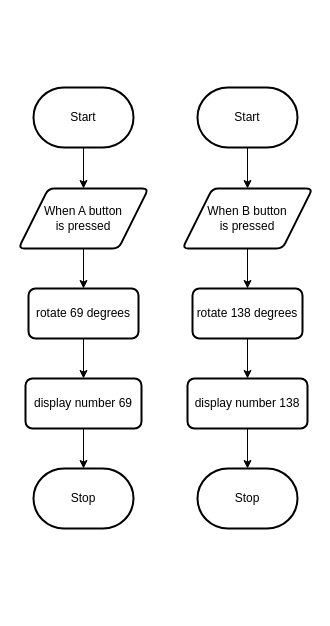
Earlier version of the draw.io diagram design/flowchart.drawio (MTHS-TEJ2O-1-2024/TEJ2O-Unit-5-07B-bain-liao). Source tidied: cells renumbered, new cells numbered last; positions are measured from the earlier drawing's top-left corner, leaving out a move shared by most shapes. Both pictures are drawn from the tidied source at 100%, with x=0, y=0 at pixel (18, 87).
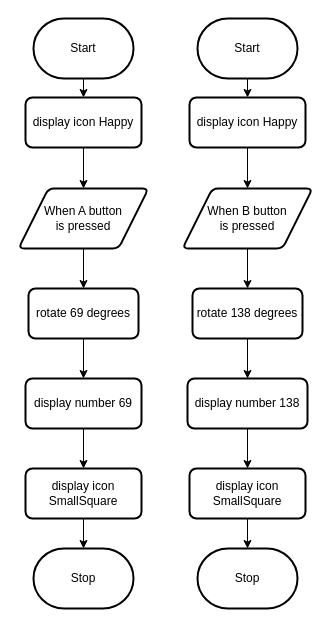
The same page after the edit.

Commit message (it also covers changes not shown here):
added displaying icons to flowchart

Unchanged cells that the change refers to:
```xml
<mxCell id="6" value="When A button&lt;br&gt;is pressed" style="shape=parallelogram;html=1;strokeWidth=2;perimeter=parallelogramPerimeter;whiteSpace=wrap;rounded=1;arcSize=12;size=0.23;" parent="1" vertex="1">
  <mxGeometry y="101" width="130" height="60" as="geometry" />
</mxCell>
<mxCell id="8" value="When B button&lt;br&gt;is pressed" style="shape=parallelogram;html=1;strokeWidth=2;perimeter=parallelogramPerimeter;whiteSpace=wrap;rounded=1;arcSize=12;size=0.23;" parent="1" vertex="1">
  <mxGeometry x="164" y="101" width="130" height="60" as="geometry" />
</mxCell>
<mxCell id="15" value="display number 69" style="rounded=1;whiteSpace=wrap;html=1;absoluteArcSize=1;arcSize=14;strokeWidth=2;" parent="1" vertex="1">
  <mxGeometry x="7" y="291" width="116" height="50" as="geometry" />
</mxCell>
<mxCell id="19" value="display number 138" style="rounded=1;whiteSpace=wrap;html=1;absoluteArcSize=1;arcSize=14;strokeWidth=2;" parent="1" vertex="1">
  <mxGeometry x="169" y="291" width="120" height="50" as="geometry" />
</mxCell>
```

Diff of the diagram source:
```diff
@@
-    <mxCell id="2" style="edgeStyle=none;html=1;exitX=0.5;exitY=1;exitDx=0;exitDy=0;exitPerimeter=0;entryX=0.5;entryY=0;entryDx=0;entryDy=0;" parent="1" edge="1" source="3" target="6">
-      <mxGeometry relative="1" as="geometry" />
+    <mxCell id="2" style="edgeStyle=none;html=1;exitX=0.5;exitY=1;exitDx=0;exitDy=0;exitPerimeter=0;entryX=0.5;entryY=0;entryDx=0;entryDy=0;" parent="1" edge="1" target="6">
+      <mxGeometry relative="1" as="geometry">
+        <mxPoint x="65" y="60" as="sourcePoint" />
+      </mxGeometry>
     </mxCell>
-    <mxCell id="3" value="Start" style="strokeWidth=2;html=1;shape=mxgraph.flowchart.terminator;whiteSpace=wrap;" parent="1" vertex="1">
-      <mxGeometry x="15" width="100" height="60" as="geometry" />
-    </mxCell>
-    <mxCell id="4" value="Stop" style="strokeWidth=2;html=1;shape=mxgraph.flowchart.terminator;whiteSpace=wrap;" parent="1" vertex="1">
-      <mxGeometry x="15" y="381" width="100" height="60" as="geometry" />
-    </mxCell>
@@
-    <mxCell id="9" style="edgeStyle=none;html=1;exitX=0.5;exitY=1;exitDx=0;exitDy=0;exitPerimeter=0;entryX=0.5;entryY=0;entryDx=0;entryDy=0;" parent="1" edge="1" source="10" target="8">
-      <mxGeometry relative="1" as="geometry" />
+    <mxCell id="9" style="edgeStyle=none;html=1;exitX=0.5;exitY=1;exitDx=0;exitDy=0;exitPerimeter=0;entryX=0.5;entryY=0;entryDx=0;entryDy=0;" parent="1" edge="1" target="8">
+      <mxGeometry relative="1" as="geometry">
+        <mxPoint x="229" y="60" as="sourcePoint" />
+      </mxGeometry>
     </mxCell>
-    <mxCell id="10" value="Start" style="strokeWidth=2;html=1;shape=mxgraph.flowchart.terminator;whiteSpace=wrap;" parent="1" vertex="1">
-      <mxGeometry x="179" width="100" height="60" as="geometry" />
-    </mxCell>
-    <mxCell id="11" value="Stop" style="strokeWidth=2;html=1;shape=mxgraph.flowchart.terminator;whiteSpace=wrap;" parent="1" vertex="1">
-      <mxGeometry x="179" y="381" width="100" height="60" as="geometry" />
-    </mxCell>
@@
-    <mxCell id="14" style="edgeStyle=none;html=1;exitX=0.5;exitY=1;exitDx=0;exitDy=0;entryX=0.5;entryY=0;entryDx=0;entryDy=0;entryPerimeter=0;" parent="1" edge="1" source="15" target="4">
+    <mxCell id="14" style="edgeStyle=none;html=1;exitX=0.5;exitY=1;exitDx=0;exitDy=0;entryX=0.5;entryY=0;entryDx=0;entryDy=0;" parent="1" edge="1" source="15" target="21">
       <mxGeometry relative="1" as="geometry" />
     </mxCell>
@@
-    <mxCell id="18" style="edgeStyle=none;html=1;exitX=0.5;exitY=1;exitDx=0;exitDy=0;entryX=0.5;entryY=0;entryDx=0;entryDy=0;entryPerimeter=0;" parent="1" edge="1" source="19" target="11">
+    <mxCell id="18" style="edgeStyle=none;html=1;exitX=0.5;exitY=1;exitDx=0;exitDy=0;entryX=0.5;entryY=0;entryDx=0;entryDy=0;" parent="1" edge="1" source="19" target="23">
       <mxGeometry relative="1" as="geometry" />
     </mxCell>
@@
+    <mxCell id="20" style="edgeStyle=none;html=1;exitX=0.5;exitY=1;exitDx=0;exitDy=0;entryX=0.5;entryY=0;entryDx=0;entryDy=0;entryPerimeter=0;" parent="1" edge="1" source="21" target="24">
+      <mxGeometry relative="1" as="geometry" />
+    </mxCell>
+    <mxCell id="21" value="display icon SmallSquare" style="rounded=1;whiteSpace=wrap;html=1;absoluteArcSize=1;arcSize=14;strokeWidth=2;" parent="1" vertex="1">
+      <mxGeometry x="7" y="381" width="116" height="50" as="geometry" />
+    </mxCell>
+    <mxCell id="22" style="edgeStyle=none;html=1;exitX=0.5;exitY=1;exitDx=0;exitDy=0;entryX=0.5;entryY=0;entryDx=0;entryDy=0;entryPerimeter=0;" parent="1" edge="1" source="23" target="25">
+      <mxGeometry relative="1" as="geometry" />
+    </mxCell>
+    <mxCell id="23" value="display icon SmallSquare" style="rounded=1;whiteSpace=wrap;html=1;absoluteArcSize=1;arcSize=14;strokeWidth=2;" parent="1" vertex="1">
+      <mxGeometry x="171" y="381" width="116" height="50" as="geometry" />
+    </mxCell>
+    <mxCell id="24" value="Stop" style="strokeWidth=2;html=1;shape=mxgraph.flowchart.terminator;whiteSpace=wrap;" parent="1" vertex="1">
+      <mxGeometry x="15" y="461" width="100" height="60" as="geometry" />
+    </mxCell>
+    <mxCell id="25" value="Stop" style="strokeWidth=2;html=1;shape=mxgraph.flowchart.terminator;whiteSpace=wrap;" parent="1" vertex="1">
+      <mxGeometry x="179" y="461" width="100" height="60" as="geometry" />
+    </mxCell>
+    <mxCell id="26" value="display icon Happy" style="rounded=1;whiteSpace=wrap;html=1;absoluteArcSize=1;arcSize=14;strokeWidth=2;" parent="1" vertex="1">
+      <mxGeometry x="171" y="10" width="116" height="50" as="geometry" />
+    </mxCell>
+    <mxCell id="27" value="display icon Happy" style="rounded=1;whiteSpace=wrap;html=1;absoluteArcSize=1;arcSize=14;strokeWidth=2;" parent="1" vertex="1">
+      <mxGeometry x="7" y="10" width="116" height="50" as="geometry" />
+    </mxCell>
+    <mxCell id="28" style="edgeStyle=none;html=1;exitX=0.5;exitY=1;exitDx=0;exitDy=0;exitPerimeter=0;entryX=0.5;entryY=0;entryDx=0;entryDy=0;" parent="1" edge="1" source="29" target="27">
+      <mxGeometry relative="1" as="geometry" />
+    </mxCell>
+    <mxCell id="29" value="Start" style="strokeWidth=2;html=1;shape=mxgraph.flowchart.terminator;whiteSpace=wrap;" parent="1" vertex="1">
+      <mxGeometry x="15" y="-69" width="100" height="60" as="geometry" />
+    </mxCell>
+    <mxCell id="30" style="edgeStyle=none;html=1;exitX=0.5;exitY=1;exitDx=0;exitDy=0;exitPerimeter=0;entryX=0.5;entryY=0;entryDx=0;entryDy=0;" parent="1" edge="1" source="31" target="26">
+      <mxGeometry relative="1" as="geometry" />
+    </mxCell>
+    <mxCell id="31" value="Start" style="strokeWidth=2;html=1;shape=mxgraph.flowchart.terminator;whiteSpace=wrap;" parent="1" vertex="1">
+      <mxGeometry x="179" y="-69" width="100" height="60" as="geometry" />
+    </mxCell>
```
